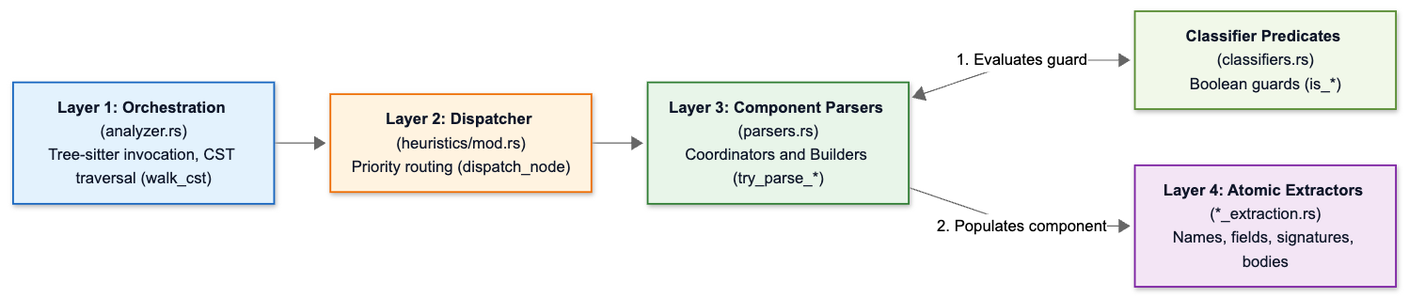
Before: images/extraction/extraction_layers.png, a diagram exported from Mermaid (FerrarioChristian/master-thesis). Its source is kept beside it as images/extraction/extraction_layers.mmd.
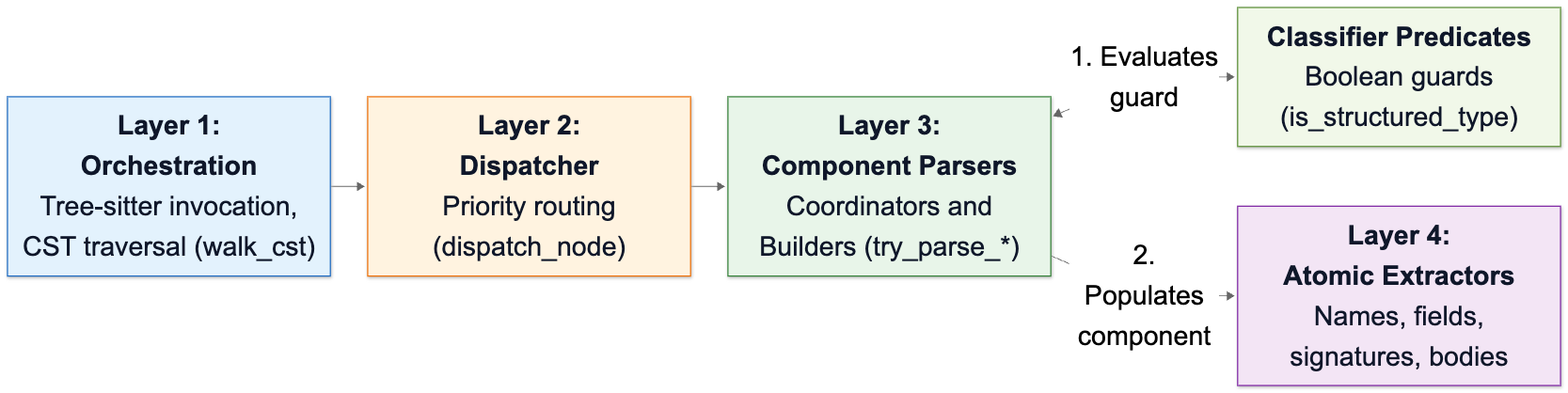
After the commit.

Change to the diagram source:
```diff
@@ -1,9 +1,16 @@
+%%{init: {
+    'flowchart': {
+    'nodeSpacing': 80,
+    'wrappingWidth': 400
+  },
+  'themeVariables': {'fontSize': '36px'}
+}}%%
 flowchart LR
-    L1["<b>Layer 1: Orchestration</b> (extraction/mod.rs)<br/>Tree-sitter invocation, CST traversal (walk_cst)"]
-    L2["<b>Layer 2: Dispatcher</b> (heuristics/mod.rs)<br/>Priority routing (dispatch_node)"]
-    L3P["<b>Layer 3: Component Parsers</b> (parsers.rs)<br/>Coordinators and Builders (try_parse_*)"]
-    L3C["<b>Classifier Predicates</b> (classifiers.rs)<br/>Boolean guards (is_*)"]
-    L4["<b>Layer 4: Atomic Extractors</b> (*_extraction.rs)<br/>Names, fields, signatures, bodies"]
+    L1["<b>Layer 1: <br/>Orchestration</b><br/>Tree-sitter invocation, CST traversal (walk_cst)"]
+    L2["<b>Layer 2: <br/>Dispatcher</b><br/>Priority routing (dispatch_node)"]
+    L3P["<b>Layer 3: <br/>Component Parsers</b><br/>Coordinators and Builders (try_parse_*)"]
+    L3C["<b>Classifier Predicates</b><br/>Boolean guards (is_structured_type)"]
+    L4["<b>Layer 4: <br/>Atomic Extractors</b><br/>Names, fields, signatures, bodies"]
 
     L1 --> L2
     L2 --> L3P
```
